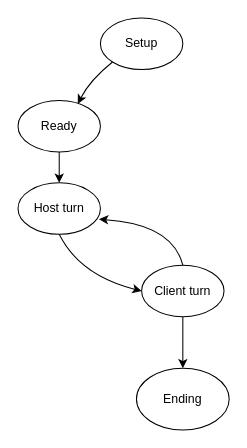
Above: page "Game state machine" (5 of 5) of docs/classes.drawio in Szaller99/BRSzT-Hazi-Torpedo-Tea-Szaller-Laci (draw.io), before the change. Source tidied: cells renumbered, new cells numbered last; positions are measured from the earlier drawing's top-left corner, leaving out a move shared by most shapes. Both pictures are drawn from the tidied source at 103%, with x=0, y=0 at pixel (18, 18).
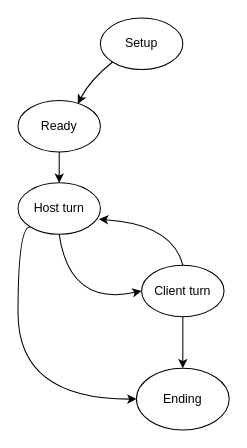
The same diagram, later.

Diff of the diagram source:
```diff
@@
 <mxGraphModel>
   <root>
     <mxCell id="0" />
     <mxCell id="1" parent="0" />
     <mxCell id="2" value="Setup" style="ellipse;whiteSpace=wrap;html=1;strokeColor=#000000;" parent="1" vertex="1">
       <mxGeometry x="80" width="80" height="50" as="geometry" />
     </mxCell>
     <mxCell id="3" value="Ready" style="ellipse;whiteSpace=wrap;html=1;strokeColor=#000000;" parent="1" vertex="1">
       <mxGeometry y="80" width="80" height="50" as="geometry" />
     </mxCell>
+    <mxCell id="12" style="edgeStyle=orthogonalEdgeStyle;rounded=0;jettySize=auto;html=1;exitX=0;exitY=1;exitDx=0;exitDy=0;entryX=0;entryY=0.5;entryDx=0;entryDy=0;curved=1;" parent="1" edge="1" source="4" target="6">
+      <mxGeometry relative="1" as="geometry">
+        <Array as="points">
+          <mxPoint y="203" />
+          <mxPoint y="370" />
+        </Array>
+      </mxGeometry>
+    </mxCell>
     <mxCell id="4" value="Host turn" style="ellipse;whiteSpace=wrap;html=1;strokeColor=#000000;" parent="1" vertex="1">
       <mxGeometry y="160" width="80" height="50" as="geometry" />
     </mxCell>
     <mxCell id="5" value="Client turn" style="ellipse;whiteSpace=wrap;html=1;strokeColor=#000000;" parent="1" vertex="1">
       <mxGeometry x="120" y="240" width="80" height="50" as="geometry" />
     </mxCell>
     <mxCell id="6" value="Ending" style="ellipse;whiteSpace=wrap;html=1;strokeColor=#000000;" parent="1" vertex="1">
       <mxGeometry x="115" y="340" width="90" height="60" as="geometry" />
     </mxCell>
     <mxCell id="7" style="endArrow=classic;html=1;strokeColor=#000000;curved=1;exitX=0;exitY=1;exitDx=0;exitDy=0;entryX=0.725;entryY=0.067;entryDx=0;entryDy=0;entryPerimeter=0;" parent="1" edge="1" source="2" target="3">
       <mxGeometry relative="1" as="geometry">
         <Array as="points">
           <mxPoint x="70" y="60" />
         </Array>
       </mxGeometry>
     </mxCell>
     <mxCell id="8" style="endArrow=classic;html=1;strokeColor=#000000;curved=1;exitX=0.5;exitY=1;exitDx=0;exitDy=0;entryX=0.5;entryY=0;entryDx=0;entryDy=0;" parent="1" edge="1" source="3" target="4">
       <mxGeometry relative="1" as="geometry" />
     </mxCell>
     <mxCell id="9" style="endArrow=classic;html=1;strokeColor=#000000;curved=1;exitX=0.5;exitY=1;exitDx=0;exitDy=0;entryX=0;entryY=0.5;entryDx=0;entryDy=0;" parent="1" edge="1" source="4" target="5">
       <mxGeometry relative="1" as="geometry">
         <Array as="points">
-          <mxPoint x="60" y="250" />
+          <mxPoint x="50" y="280" />
         </Array>
       </mxGeometry>
     </mxCell>
     <mxCell id="10" style="endArrow=classic;html=1;strokeColor=#000000;curved=1;exitX=0.5;exitY=0;exitDx=0;exitDy=0;entryX=0.983;entryY=0.707;entryDx=0;entryDy=0;entryPerimeter=0;" parent="1" edge="1" source="5" target="4">
       <mxGeometry relative="1" as="geometry">
         <Array as="points">
           <mxPoint x="150" y="200" />
         </Array>
       </mxGeometry>
     </mxCell>
     <mxCell id="11" style="endArrow=classic;html=1;strokeColor=#000000;curved=1;exitX=0.5;exitY=1;exitDx=0;exitDy=0;" parent="1" edge="1" source="5" target="6">
       <mxGeometry relative="1" as="geometry" />
     </mxCell>
   </root>
 </mxGraphModel>
```
